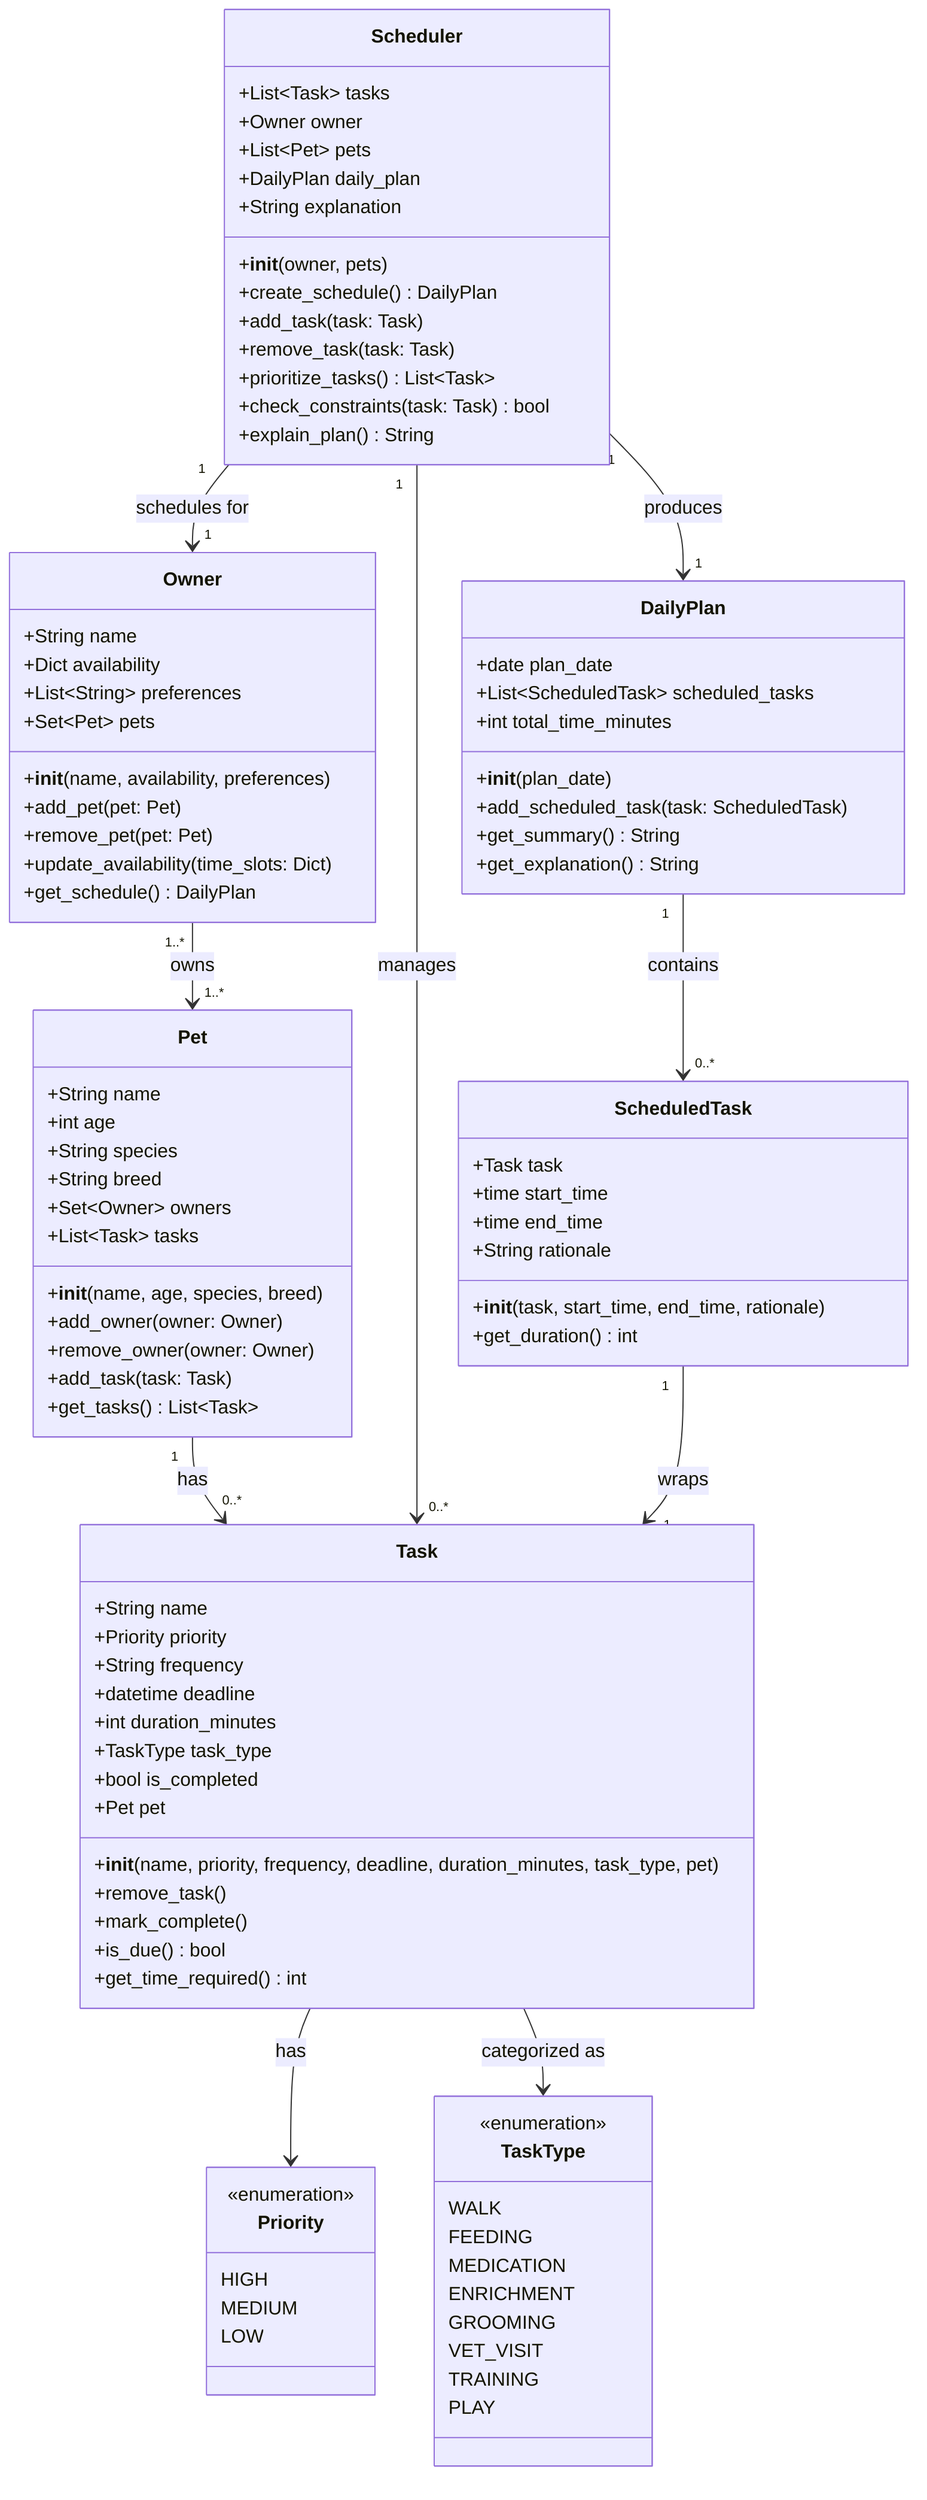
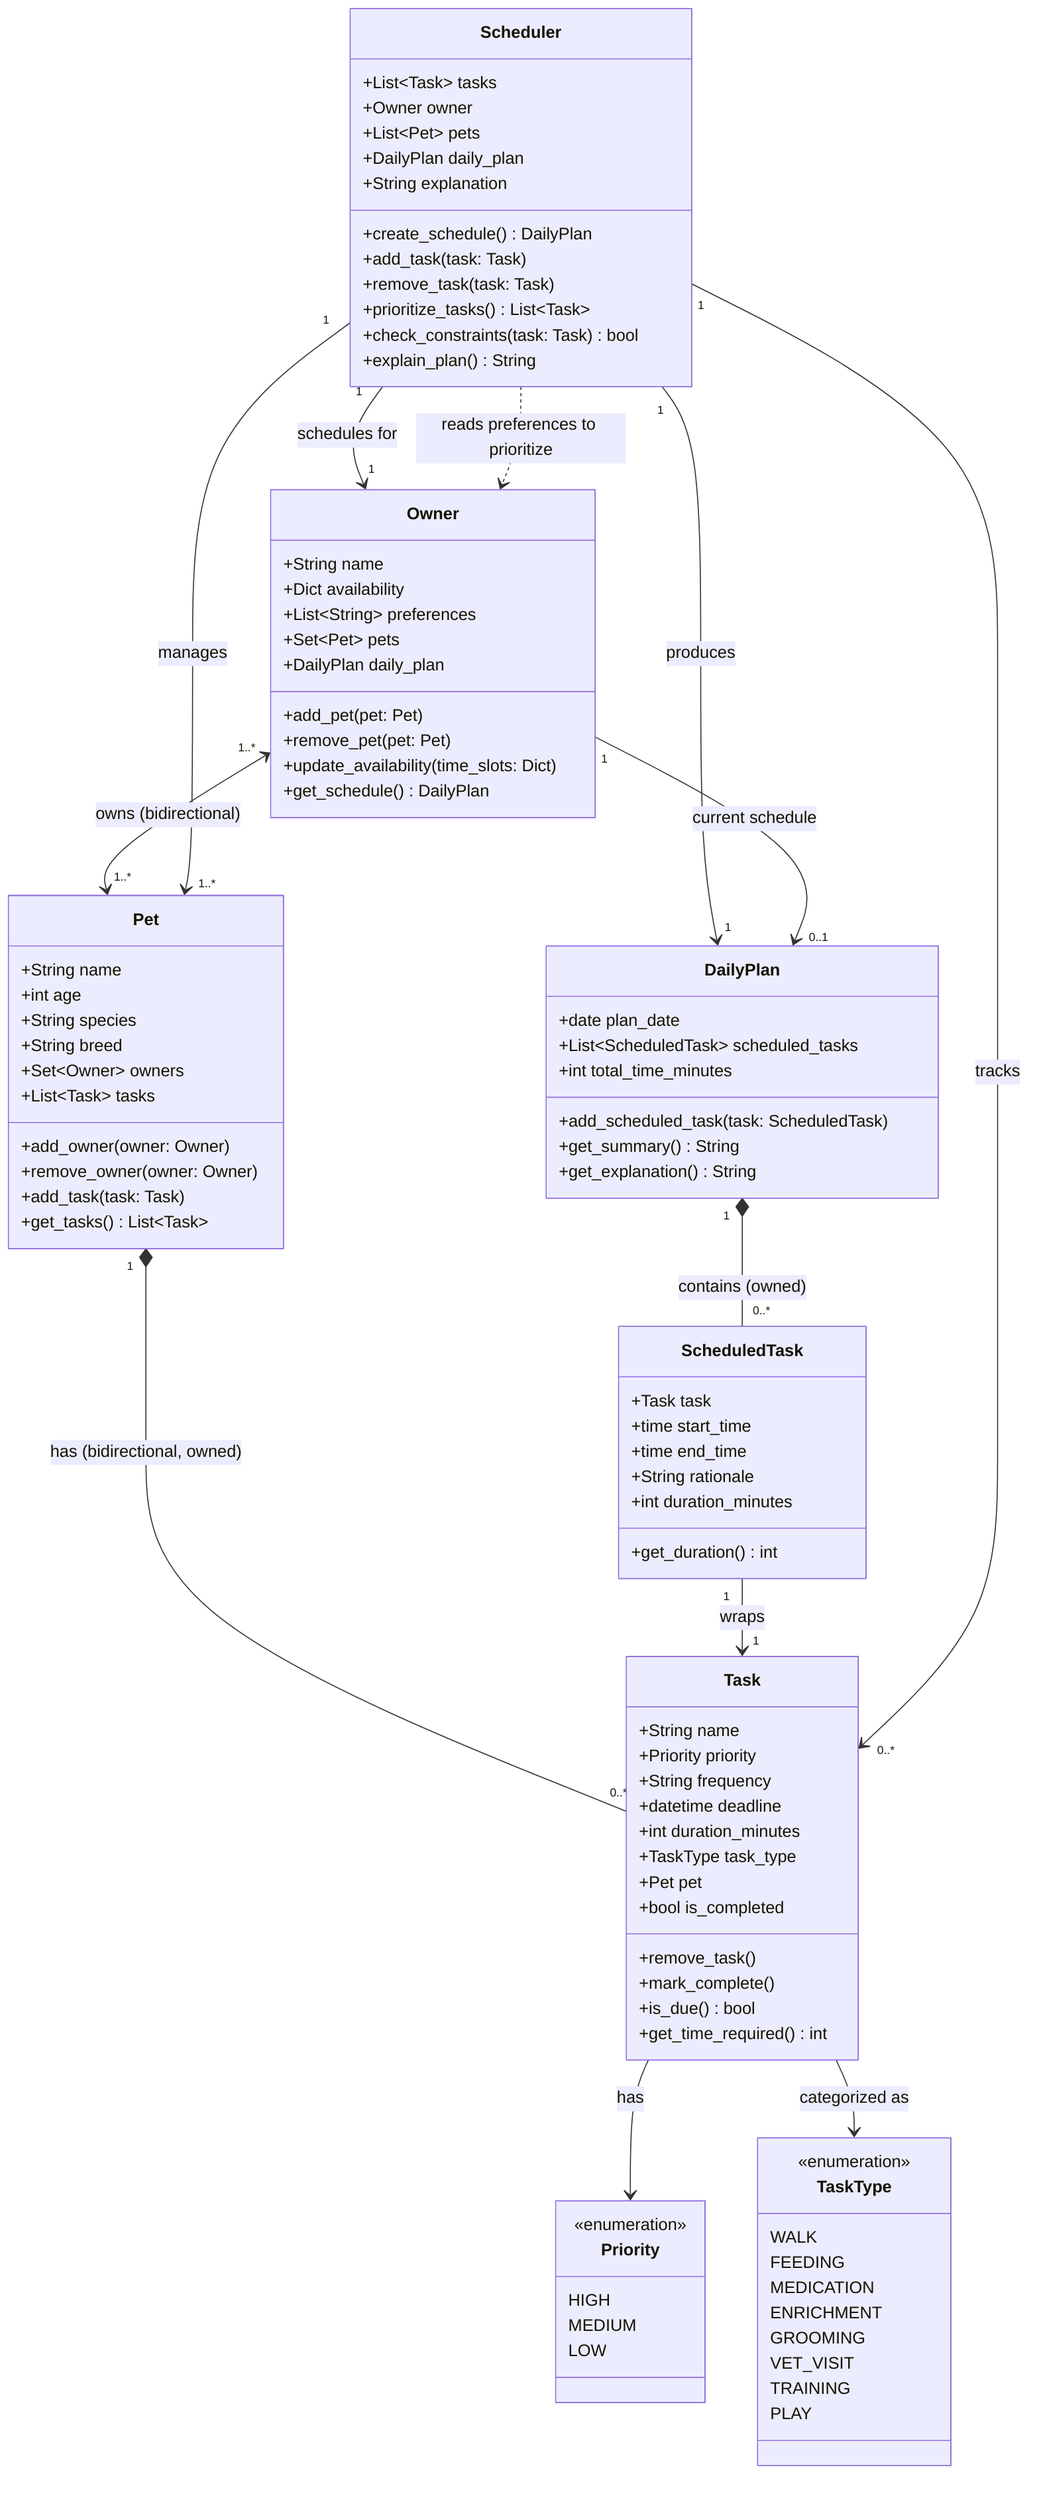
classDiagram
    class Pet {
        +String name
        +int age
        +String species
        +String breed
        +Set~Owner~ owners
        +List~Task~ tasks
-         +__init__(name, age, species, breed)
        +add_owner(owner: Owner)
        +remove_owner(owner: Owner)
        +add_task(task: Task)
        +get_tasks() List~Task~
    }

    class Owner {
        +String name
        +Dict availability
        +List~String~ preferences
        +Set~Pet~ pets
-         +__init__(name, availability, preferences)
+         +DailyPlan daily_plan
        +add_pet(pet: Pet)
        +remove_pet(pet: Pet)
        +update_availability(time_slots: Dict)
        +get_schedule() DailyPlan
    }

    class Task {
        +String name
        +Priority priority
        +String frequency
        +datetime deadline
        +int duration_minutes
        +TaskType task_type
+         +Pet pet
        +bool is_completed
-         +Pet pet
-         +__init__(name, priority, frequency, deadline, duration_minutes, task_type, pet)
        +remove_task()
        +mark_complete()
        +is_due() bool
        +get_time_required() int
+     }
+ 
+     class ScheduledTask {
+         +Task task
+         +time start_time
+         +time end_time
+         +String rationale
+         +int duration_minutes
+         +get_duration() int
+     }
+ 
+     class DailyPlan {
+         +date plan_date
+         +List~ScheduledTask~ scheduled_tasks
+         +int total_time_minutes
+         +add_scheduled_task(task: ScheduledTask)
+         +get_summary() String
+         +get_explanation() String
    }

    class Scheduler {
        +List~Task~ tasks
        +Owner owner
        +List~Pet~ pets
        +DailyPlan daily_plan
        +String explanation
-         +__init__(owner, pets)
        +create_schedule() DailyPlan
        +add_task(task: Task)
        +remove_task(task: Task)
        +prioritize_tasks() List~Task~
        +check_constraints(task: Task) bool
        +explain_plan() String
-     }
- 
-     class DailyPlan {
-         +date plan_date
-         +List~ScheduledTask~ scheduled_tasks
-         +int total_time_minutes
-         +__init__(plan_date)
-         +add_scheduled_task(task: ScheduledTask)
-         +get_summary() String
-         +get_explanation() String
-     }
- 
-     class ScheduledTask {
-         +Task task
-         +time start_time
-         +time end_time
-         +String rationale
-         +__init__(task, start_time, end_time, rationale)
-         +get_duration() int
    }

    class Priority {
        <<enumeration>>
        HIGH
        MEDIUM
        LOW
    }

    class TaskType {
        <<enumeration>>
        WALK
        FEEDING
        MEDICATION
        ENRICHMENT
        GROOMING
        VET_VISIT
        TRAINING
        PLAY
    }

-     Owner "1..*" --> "1..*" Pet : owns
-     Pet "1" --> "0..*" Task : has
-     Scheduler "1" --> "1" Owner : schedules for
-     Scheduler "1" --> "0..*" Task : manages
-     Scheduler "1" --> "1" DailyPlan : produces
-     DailyPlan "1" --> "0..*" ScheduledTask : contains
-     ScheduledTask "1" --> "1" Task : wraps
+     Owner "1..*" <--> "1..*" Pet : owns (bidirectional)
+     Pet "1" *-- "0..*" Task : has (bidirectional, owned)
    Task --> Priority : has
    Task --> TaskType : categorized as
+     ScheduledTask "1" --> "1" Task : wraps
+     DailyPlan "1" *-- "0..*" ScheduledTask : contains (owned)
+     Scheduler "1" --> "1" Owner : schedules for
+     Scheduler "1" --> "1..*" Pet : manages
+     Scheduler "1" --> "0..*" Task : tracks
+     Scheduler "1" --> "1" DailyPlan : produces
+     Scheduler ..> Owner : reads preferences to prioritize
+     Owner "1" --> "0..1" DailyPlan : current schedule
